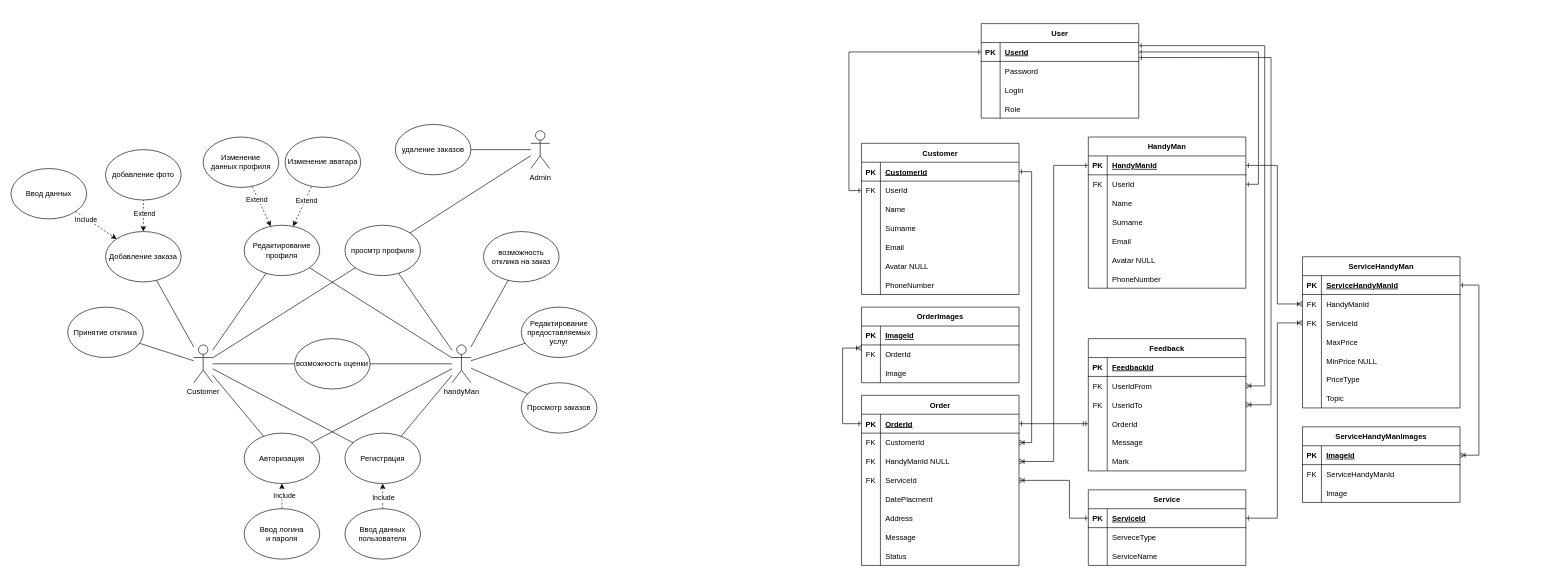
kirihn/Halturka-Course-Progect keeps this draw.io diagram as Info/halturka.drawio. Above is the earlier version. Source tidied: cells renumbered, new cells numbered last; positions are measured from the earlier drawing's top-left corner, leaving out a move shared by most shapes. Both pictures are drawn from the tidied source at 63%, with x=0, y=0 at pixel (11, 23).
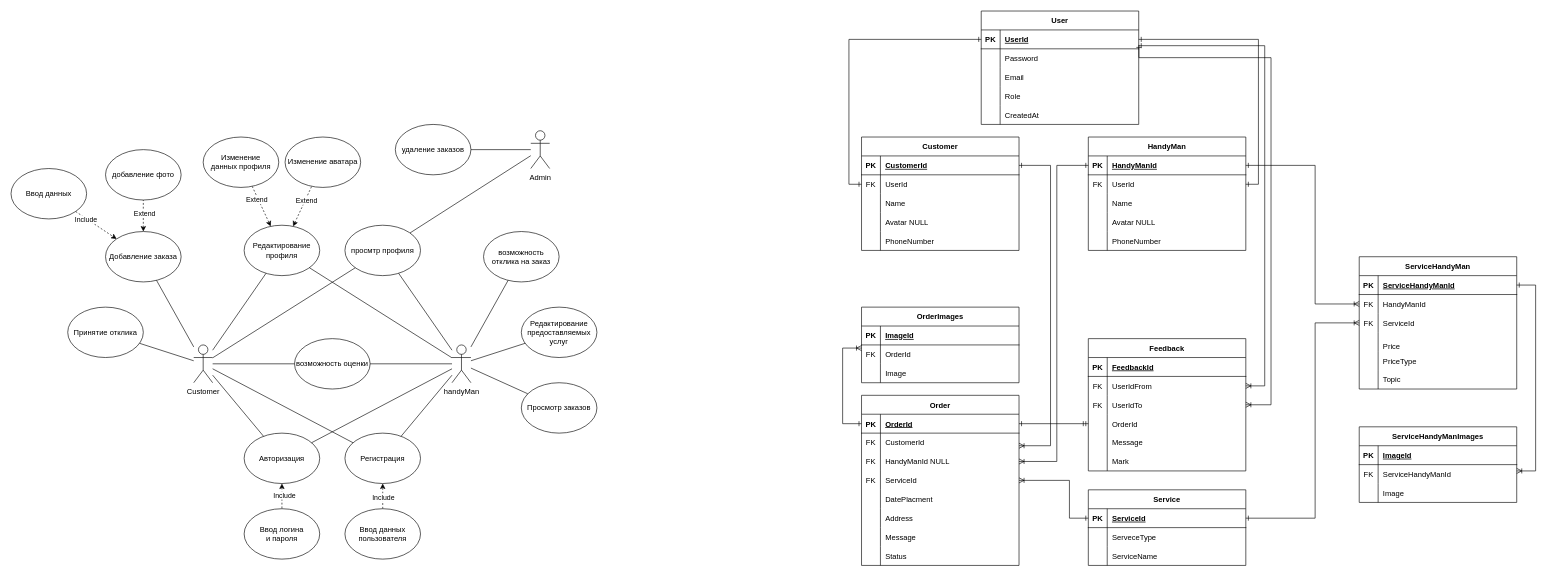
The same page after the edit.

Unchanged cells that the change refers to:
```xml
<mxCell id="3" style="shape=partialRectangle;fillColor=none;points=[[0,0.5],[1,0.5]];portConstraint=eastwest;top=0;left=0;right=0;bottom=1;" parent="2" vertex="1">
  <mxGeometry y="30" width="250" height="30" as="geometry" />
</mxCell>
<mxCell id="6" style="shape=partialRectangle;fillColor=none;points=[[0,0.5],[1,0.5]];portConstraint=eastwest;top=0;left=0;right=0;bottom=0;" parent="2" vertex="1">
  <mxGeometry y="60" width="250" height="30" as="geometry" />
</mxCell>
<mxCell id="9" style="shape=partialRectangle;fillColor=none;points=[[0,0.5],[1,0.5]];portConstraint=eastwest;top=0;left=0;right=0;bottom=0;" parent="2" vertex="1">
  <mxGeometry y="90" width="250" height="30" as="geometry" />
</mxCell>
<mxCell id="12" style="shape=partialRectangle;fillColor=none;top=0;left=0;right=0;bottom=0;" parent="2" vertex="1">
  <mxGeometry y="120" width="250" height="30" as="geometry" />
</mxCell>
<mxCell id="54" style="shape=partialRectangle;fillColor=none;points=[[0,0.5],[1,0.5]];portConstraint=eastwest;top=0;left=0;right=0;bottom=1;" parent="53" vertex="1">
  <mxGeometry y="30" width="250" height="30" as="geometry" />
</mxCell>
<mxCell id="76" style="shape=partialRectangle;fillColor=none;points=[[0,0.5],[1,0.5]];portConstraint=eastwest;top=0;left=0;right=0;bottom=1;" parent="75" vertex="1">
  <mxGeometry y="30" width="250" height="30" as="geometry" />
</mxCell>
<mxCell id="101" style="shape=partialRectangle;fillColor=none;points=[[0,0.5],[1,0.5]];portConstraint=eastwest;top=0;left=0;right=0;bottom=0;" parent="97" vertex="1">
  <mxGeometry y="60" width="250" height="30" as="geometry" />
</mxCell>
<mxCell id="104" style="shape=partialRectangle;fillColor=none;points=[[0,0.5],[1,0.5]];portConstraint=eastwest;top=0;left=0;right=0;bottom=0;" parent="97" vertex="1">
  <mxGeometry y="90" width="250" height="30" as="geometry" />
</mxCell>
<mxCell id="129" style="shape=partialRectangle;fillColor=none;top=0;left=0;right=0;bottom=0;" parent="122" vertex="1">
  <mxGeometry y="90" width="250" height="30" as="geometry" />
</mxCell>
<mxCell id="136" style="shape=partialRectangle;fillColor=none;points=[[0,0.5],[1,0.5]];portConstraint=eastwest;top=0;left=0;right=0;bottom=1;" parent="135" vertex="1">
  <mxGeometry y="30" width="250" height="30" as="geometry" />
</mxCell>
<mxCell id="146" style="shape=partialRectangle;fillColor=none;points=[[0,0.5],[1,0.5]];portConstraint=eastwest;top=0;left=0;right=0;bottom=1;" parent="145" vertex="1">
  <mxGeometry y="30" width="250" height="30" as="geometry" />
</mxCell>
```

Diff of the diagram source:
```diff
@@
     <mxCell id="2" value="ServiceHandyMan" style="shape=table;startSize=30;childLayout=tableLayout;rowLines=0;fontStyle=1;align=center;" parent="1" vertex="1">
-      <mxGeometry x="2050" y="370" width="250" height="240" as="geometry" />
+      <mxGeometry x="2140" y="370" width="250" height="210" as="geometry" />
     </mxCell>
@@
-    <mxCell id="14" value="MaxPrice" style="shape=partialRectangle;overflow=hidden;fillColor=none;top=0;left=0;bottom=0;right=0;align=left;spacingLeft=6;" parent="12" vertex="1">
+    <mxCell id="14" value="&#10;Price" style="shape=partialRectangle;overflow=hidden;fillColor=none;top=0;left=0;bottom=0;right=0;align=left;spacingLeft=6;" parent="12" vertex="1">
       <mxGeometry x="30" width="220" height="30" as="geometry" />
     </mxCell>
-    <mxCell id="15" style="shape=partialRectangle;fillColor=none;top=0;left=0;right=0;bottom=0;" parent="2" vertex="1">
-      <mxGeometry y="150" width="250" height="30" as="geometry" />
-    </mxCell>
-    <mxCell id="16" style="shape=partialRectangle;overflow=hidden;fillColor=none;top=0;left=0;bottom=0;right=0;" parent="15" vertex="1">
-      <mxGeometry width="30" height="30" as="geometry" />
-    </mxCell>
-    <mxCell id="17" value="MinPrice NULL" style="shape=partialRectangle;overflow=hidden;fillColor=none;top=0;left=0;bottom=0;right=0;align=left;spacingLeft=6;" parent="15" vertex="1">
-      <mxGeometry x="30" width="220" height="30" as="geometry" />
-    </mxCell>
     <mxCell id="18" style="shape=partialRectangle;fillColor=none;top=0;left=0;right=0;bottom=0;" parent="2" vertex="1">
-      <mxGeometry y="180" width="250" height="30" as="geometry" />
+      <mxGeometry y="150" width="250" height="30" as="geometry" />
     </mxCell>
@@
     <mxCell id="21" style="shape=partialRectangle;fillColor=none;top=0;left=0;right=0;bottom=0;" parent="2" vertex="1">
-      <mxGeometry y="210" width="250" height="30" as="geometry" />
+      <mxGeometry y="180" width="250" height="30" as="geometry" />
     </mxCell>
@@
     <mxCell id="53" value="Customer" style="shape=table;startSize=30;childLayout=tableLayout;rowLines=0;fontStyle=1;align=center;" parent="1" vertex="1">
-      <mxGeometry x="1350" y="190" width="250" height="240" as="geometry" />
+      <mxGeometry x="1350" y="180" width="250" height="180" as="geometry" />
     </mxCell>
@@
-    <mxCell id="63" style="shape=partialRectangle;fillColor=none;top=0;left=0;right=0;bottom=0;" parent="53" vertex="1">
-      <mxGeometry y="120" width="250" height="30" as="geometry" />
-    </mxCell>
-    <mxCell id="64" style="shape=partialRectangle;overflow=hidden;fillColor=none;top=0;left=0;bottom=0;right=0;" parent="63" vertex="1">
-      <mxGeometry width="30" height="30" as="geometry" />
-    </mxCell>
-    <mxCell id="65" value="Surname" style="shape=partialRectangle;overflow=hidden;fillColor=none;top=0;left=0;bottom=0;right=0;align=left;spacingLeft=6;" parent="63" vertex="1">
-      <mxGeometry x="30" width="220" height="30" as="geometry" />
-    </mxCell>
-    <mxCell id="66" style="shape=partialRectangle;fillColor=none;top=0;left=0;right=0;bottom=0;" parent="53" vertex="1">
-      <mxGeometry y="150" width="250" height="30" as="geometry" />
-    </mxCell>
-    <mxCell id="67" style="shape=partialRectangle;overflow=hidden;fillColor=none;top=0;left=0;bottom=0;right=0;" parent="66" vertex="1">
-      <mxGeometry width="30" height="30" as="geometry" />
-    </mxCell>
-    <mxCell id="68" value="Email" style="shape=partialRectangle;overflow=hidden;fillColor=none;top=0;left=0;bottom=0;right=0;align=left;spacingLeft=6;" parent="66" vertex="1">
-      <mxGeometry x="30" width="220" height="30" as="geometry" />
-    </mxCell>
     <mxCell id="69" style="shape=partialRectangle;fillColor=none;top=0;left=0;right=0;bottom=0;" parent="53" vertex="1">
-      <mxGeometry y="180" width="250" height="30" as="geometry" />
+      <mxGeometry y="120" width="250" height="30" as="geometry" />
     </mxCell>
@@
     <mxCell id="72" style="shape=partialRectangle;fillColor=none;top=0;left=0;right=0;bottom=0;" parent="53" vertex="1">
-      <mxGeometry y="210" width="250" height="30" as="geometry" />
+      <mxGeometry y="150" width="250" height="30" as="geometry" />
     </mxCell>
@@
     <mxCell id="75" value="HandyMan" style="shape=table;startSize=30;childLayout=tableLayout;rowLines=0;fontStyle=1;align=center;" parent="1" vertex="1">
-      <mxGeometry x="1710" y="180" width="250" height="240" as="geometry" />
+      <mxGeometry x="1710" y="180" width="250" height="180" as="geometry" />
     </mxCell>
@@
-    <mxCell id="85" style="shape=partialRectangle;fillColor=none;top=0;left=0;right=0;bottom=0;" parent="75" vertex="1">
-      <mxGeometry y="120" width="250" height="30" as="geometry" />
-    </mxCell>
-    <mxCell id="86" style="shape=partialRectangle;overflow=hidden;fillColor=none;top=0;left=0;bottom=0;right=0;" parent="85" vertex="1">
-      <mxGeometry width="30" height="30" as="geometry" />
-    </mxCell>
-    <mxCell id="87" value="Surname" style="shape=partialRectangle;overflow=hidden;fillColor=none;top=0;left=0;bottom=0;right=0;align=left;spacingLeft=6;" parent="85" vertex="1">
-      <mxGeometry x="30" width="220" height="30" as="geometry" />
-    </mxCell>
-    <mxCell id="88" style="shape=partialRectangle;fillColor=none;top=0;left=0;right=0;bottom=0;" parent="75" vertex="1">
-      <mxGeometry y="150" width="250" height="30" as="geometry" />
-    </mxCell>
-    <mxCell id="89" style="shape=partialRectangle;overflow=hidden;fillColor=none;top=0;left=0;bottom=0;right=0;" parent="88" vertex="1">
-      <mxGeometry width="30" height="30" as="geometry" />
-    </mxCell>
-    <mxCell id="90" value="Email" style="shape=partialRectangle;overflow=hidden;fillColor=none;top=0;left=0;bottom=0;right=0;align=left;spacingLeft=6;" parent="88" vertex="1">
-      <mxGeometry x="30" width="220" height="30" as="geometry" />
-    </mxCell>
     <mxCell id="91" style="shape=partialRectangle;fillColor=none;top=0;left=0;right=0;bottom=0;" parent="75" vertex="1">
-      <mxGeometry y="180" width="250" height="30" as="geometry" />
+      <mxGeometry y="120" width="250" height="30" as="geometry" />
     </mxCell>
@@
     <mxCell id="94" style="shape=partialRectangle;fillColor=none;top=0;left=0;right=0;bottom=0;" parent="75" vertex="1">
-      <mxGeometry y="210" width="250" height="30" as="geometry" />
+      <mxGeometry y="150" width="250" height="30" as="geometry" />
     </mxCell>
@@
     <mxCell id="122" value="User" style="shape=table;startSize=30;childLayout=tableLayout;rowLines=0;fontStyle=1;align=center;" parent="1" vertex="1">
-      <mxGeometry x="1540" width="250" height="150" as="geometry" />
+      <mxGeometry x="1540" y="-20" width="250" height="180" as="geometry" />
     </mxCell>
@@
-    <mxCell id="131" value="Login" style="shape=partialRectangle;overflow=hidden;fillColor=none;top=0;left=0;bottom=0;right=0;align=left;spacingLeft=6;" parent="129" vertex="1">
+    <mxCell id="131" value="Email" style="shape=partialRectangle;overflow=hidden;fillColor=none;top=0;left=0;bottom=0;right=0;align=left;spacingLeft=6;" parent="129" vertex="1">
       <mxGeometry x="30" width="220" height="30" as="geometry" />
     </mxCell>
@@
+    <mxCell id="216" style="shape=partialRectangle;fillColor=none;top=0;left=0;right=0;bottom=0;" parent="122" vertex="1">
+      <mxGeometry y="150" width="250" height="30" as="geometry" />
+    </mxCell>
+    <mxCell id="217" style="shape=partialRectangle;overflow=hidden;fillColor=none;top=0;left=0;bottom=0;right=0;" parent="216" vertex="1">
+      <mxGeometry width="30" height="30" as="geometry" />
+    </mxCell>
+    <mxCell id="218" value="CreatedAt" style="shape=partialRectangle;overflow=hidden;fillColor=none;top=0;left=0;bottom=0;right=0;align=left;spacingLeft=6;" parent="216" vertex="1">
+      <mxGeometry x="30" width="220" height="30" as="geometry" />
+    </mxCell>
@@
     <mxCell id="145" value="ServiceHandyManImages" style="shape=table;startSize=30;childLayout=tableLayout;rowLines=0;fontStyle=1;align=center;" parent="1" vertex="1">
-      <mxGeometry x="2050" y="640" width="250" height="120" as="geometry" />
+      <mxGeometry x="2140" y="640" width="250" height="120" as="geometry" />
     </mxCell>
@@
-    <mxCell id="206" style="edgeStyle=orthogonalEdgeStyle;rounded=0;jettySize=auto;html=1;exitX=1;exitY=0.5;exitDx=0;exitDy=0;entryX=1;entryY=0.5;entryDx=0;entryDy=0;endArrow=ERone;endFill=0;startArrow=ERoneToMany;startFill=0;" parent="1" edge="1" source="101" target="54">
-      <mxGeometry relative="1" as="geometry" />
+    <mxCell id="206" style="edgeStyle=orthogonalEdgeStyle;rounded=0;jettySize=auto;html=1;exitX=1;exitY=0.5;exitDx=0;exitDy=0;entryX=1;entryY=0.5;entryDx=0;entryDy=0;endArrow=ERone;endFill=0;startArrow=ERoneToMany;startFill=0;" parent="1" edge="1" target="54">
+      <mxGeometry relative="1" as="geometry">
+        <mxPoint x="1600" y="670" as="sourcePoint" />
+        <Array as="points">
+          <mxPoint x="1650" y="670" />
+          <mxPoint x="1650" y="225" />
+        </Array>
+      </mxGeometry>
     </mxCell>
     <mxCell id="207" style="edgeStyle=orthogonalEdgeStyle;rounded=0;jettySize=auto;html=1;entryX=0;entryY=0.5;entryDx=0;entryDy=0;startArrow=ERoneToMany;startFill=0;endArrow=ERone;endFill=0;" parent="1" edge="1" source="104" target="76">
-      <mxGeometry relative="1" as="geometry" />
+      <mxGeometry relative="1" as="geometry">
+        <Array as="points">
+          <mxPoint x="1660" y="695" />
+          <mxPoint x="1660" y="225" />
+        </Array>
+      </mxGeometry>
     </mxCell>
@@
-    <mxCell id="213" style="edgeStyle=orthogonalEdgeStyle;rounded=0;jettySize=auto;html=1;entryX=1;entryY=0.5;entryDx=0;entryDy=0;endArrow=ERone;endFill=0;startArrow=ERoneToMany;startFill=0;exitX=1;exitY=0.5;exitDx=0;exitDy=0;" parent="1" edge="1" source="146" target="3">
+    <mxCell id="213" style="edgeStyle=orthogonalEdgeStyle;rounded=0;jettySize=auto;html=1;entryX=1;entryY=0.5;entryDx=0;entryDy=0;endArrow=ERone;endFill=0;startArrow=ERoneToMany;startFill=0;" parent="1" edge="1" target="3">
       <mxGeometry relative="1" as="geometry">
+        <mxPoint x="2390" y="710" as="sourcePoint" />
         <Array as="points">
-          <mxPoint x="2330" y="685" />
-          <mxPoint x="2330" y="415" />
+          <mxPoint x="2420" y="710" />
+          <mxPoint x="2420" y="415" />
         </Array>
       </mxGeometry>
     </mxCell>
     <mxCell id="214" style="edgeStyle=orthogonalEdgeStyle;rounded=0;jettySize=auto;html=1;entryX=1;entryY=0.5;entryDx=0;entryDy=0;exitX=0;exitY=0.5;exitDx=0;exitDy=0;startArrow=ERoneToMany;startFill=0;endArrow=ERone;endFill=0;" parent="1" edge="1" source="9" target="136">
       <mxGeometry relative="1" as="geometry">
         <Array as="points">
-          <mxPoint x="2010" y="475" />
-          <mxPoint x="2010" y="785" />
+          <mxPoint x="2070" y="475" />
+          <mxPoint x="2070" y="785" />
         </Array>
       </mxGeometry>
     </mxCell>
     <mxCell id="215" style="edgeStyle=orthogonalEdgeStyle;rounded=0;jettySize=auto;html=1;entryX=1;entryY=0.5;entryDx=0;entryDy=0;endArrow=ERone;endFill=0;startArrow=ERoneToMany;startFill=0;" parent="1" edge="1" source="6" target="76">
       <mxGeometry relative="1" as="geometry">
         <Array as="points">
-          <mxPoint x="2010" y="445" />
-          <mxPoint x="2010" y="225" />
+          <mxPoint x="2070" y="445" />
+          <mxPoint x="2070" y="225" />
         </Array>
       </mxGeometry>
     </mxCell>
```
